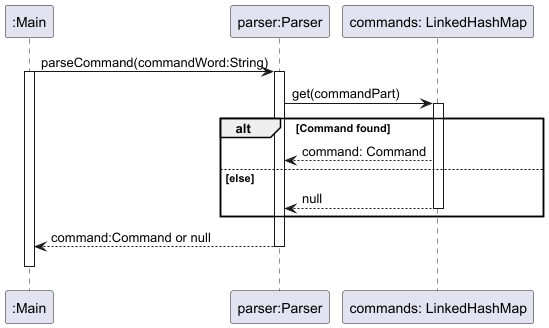
Earlier version of the PlantUML export docs/diagrams/parser/parse-command-sequence.png (nus-cs2113-AY2425S1/tp).
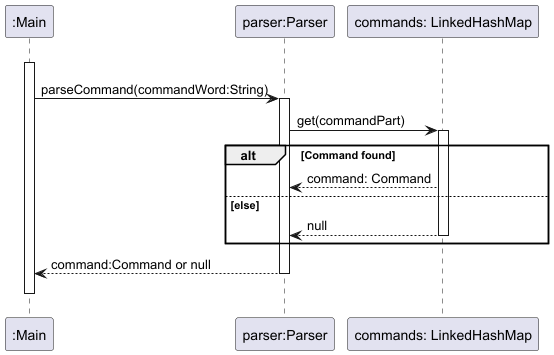
Above is the later version.

Commit message:
Change diagram and PPP

Diff of the diagram source:
```diff
@@ -1,9 +1,10 @@
 @startuml
 participant ":Main" as Main
-
+"Main" -[hidden]> "Main" :
+activate Main
 participant "parser:Parser" as Parser
 Main -> Parser: parseCommand(commandWord:String)
-activate Main
+
 activate Parser
 
 Parser -> "commands: LinkedHashMap" as CommandMap: get(commandPart)
```
